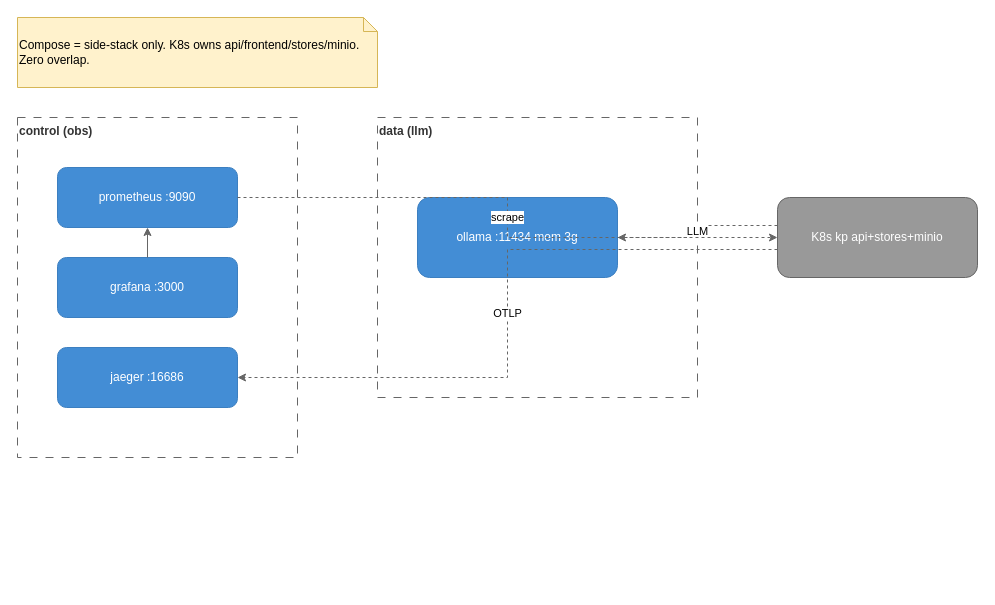
YuesIt17/yuit-docs-ai-architect-platform keeps this draw.io diagram as architecture/diagrams/compose-topology.drawio. Above is the earlier version. Source tidied: cells renumbered, new cells numbered last; positions are measured from the earlier drawing's top-left corner, leaving out a move shared by most shapes. Both pictures are drawn from the tidied source at 100%, with x=0, y=0 at pixel (17, 17).
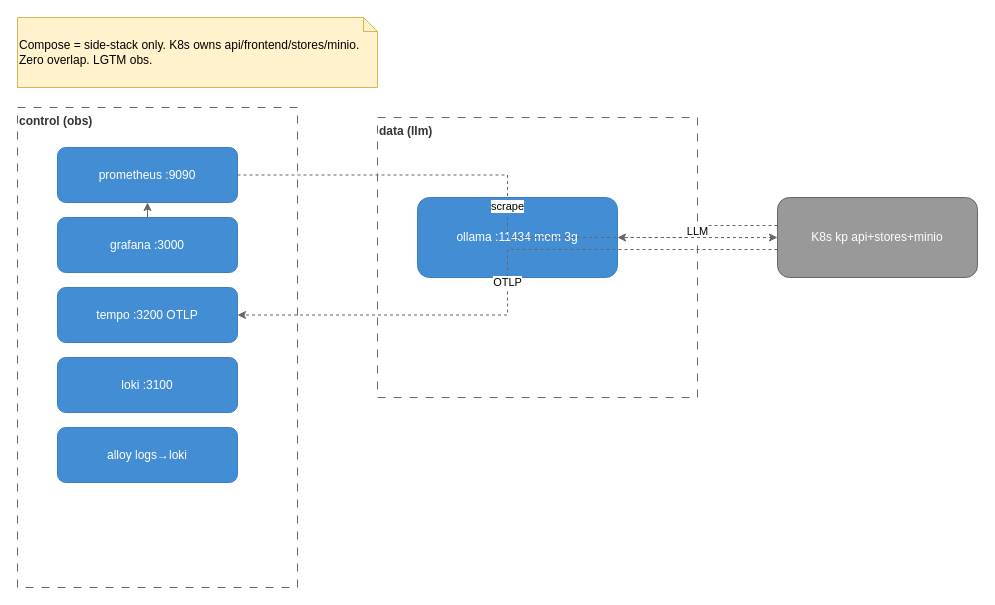
The same diagram, later.

Diff of the diagram source:
```diff
@@
 <mxGraphModel>
   <root>
     <mxCell id="0" />
     <mxCell id="1" parent="0" />
-    <mxCell id="2" value="Compose = side-stack only.&amp;#10;K8s owns api/frontend/stores/minio.&amp;#10;Zero overlap." style="shape=note;whiteSpace=wrap;html=1;backgroundOutline=1;fillColor=#fff2cc;strokeColor=#d6b656;size=14;align=left;" parent="1" vertex="1">
+    <mxCell id="2" value="Compose = side-stack only.&amp;#10;K8s owns api/frontend/stores/minio.&amp;#10;Zero overlap. LGTM obs." style="shape=note;whiteSpace=wrap;html=1;backgroundOutline=1;fillColor=#fff2cc;strokeColor=#d6b656;size=14;align=left;" parent="1" vertex="1">
       <mxGeometry width="360" height="70" as="geometry" />
     </mxCell>
     <mxCell id="3" value="control (obs)" style="rounded=0;whiteSpace=wrap;html=1;dashed=1;dashPattern=8 8;fillColor=none;strokeColor=#666666;align=left;verticalAlign=top;fontStyle=1;fontColor=#333333;" parent="1" vertex="1">
-      <mxGeometry y="100" width="280" height="340" as="geometry" />
+      <mxGeometry y="90" width="280" height="480" as="geometry" />
     </mxCell>
     <mxCell id="4" value="prometheus&amp;#10;:9090" style="rounded=1;whiteSpace=wrap;html=1;fillColor=#438DD5;strokeColor=#3C7FC0;fontColor=#ffffff;align=center;" parent="3" vertex="1">
-      <mxGeometry x="40" y="50" width="180" height="60" as="geometry" />
+      <mxGeometry x="40" y="40" width="180" height="55" as="geometry" />
     </mxCell>
     <mxCell id="5" value="grafana&amp;#10;:3000" style="rounded=1;whiteSpace=wrap;html=1;fillColor=#438DD5;strokeColor=#3C7FC0;fontColor=#ffffff;align=center;" parent="3" vertex="1">
-      <mxGeometry x="40" y="140" width="180" height="60" as="geometry" />
+      <mxGeometry x="40" y="110" width="180" height="55" as="geometry" />
     </mxCell>
-    <mxCell id="6" value="jaeger&amp;#10;:16686" style="rounded=1;whiteSpace=wrap;html=1;fillColor=#438DD5;strokeColor=#3C7FC0;fontColor=#ffffff;align=center;" parent="3" vertex="1">
-      <mxGeometry x="40" y="230" width="180" height="60" as="geometry" />
+    <mxCell id="6" value="tempo&amp;#10;:3200 OTLP" style="rounded=1;whiteSpace=wrap;html=1;fillColor=#438DD5;strokeColor=#3C7FC0;fontColor=#ffffff;align=center;" parent="3" vertex="1">
+      <mxGeometry x="40" y="180" width="180" height="55" as="geometry" />
     </mxCell>
+    <mxCell id="14" value="loki&amp;#10;:3100" style="rounded=1;whiteSpace=wrap;html=1;fillColor=#438DD5;strokeColor=#3C7FC0;fontColor=#ffffff;align=center;" parent="3" vertex="1">
+      <mxGeometry x="40" y="250" width="180" height="55" as="geometry" />
+    </mxCell>
+    <mxCell id="15" value="alloy&amp;#10;logs→loki" style="rounded=1;whiteSpace=wrap;html=1;fillColor=#438DD5;strokeColor=#3C7FC0;fontColor=#ffffff;align=center;" parent="3" vertex="1">
+      <mxGeometry x="40" y="320" width="180" height="55" as="geometry" />
+    </mxCell>
     <mxCell id="7" value="data (llm)" style="rounded=0;whiteSpace=wrap;html=1;dashed=1;dashPattern=8 8;fillColor=none;strokeColor=#666666;align=left;verticalAlign=top;fontStyle=1;fontColor=#333333;" parent="1" vertex="1">
       <mxGeometry x="360" y="100" width="320" height="280" as="geometry" />
     </mxCell>
     <mxCell id="8" value="ollama&amp;#10;:11434 mem 3g" style="rounded=1;whiteSpace=wrap;html=1;fillColor=#438DD5;strokeColor=#3C7FC0;fontColor=#ffffff;align=center;" parent="7" vertex="1">
       <mxGeometry x="40" y="80" width="200" height="80" as="geometry" />
     </mxCell>
     <mxCell id="9" value="K8s kp&amp;#10;api+stores+minio" style="rounded=1;whiteSpace=wrap;html=1;fillColor=#999999;strokeColor=#666666;fontColor=#ffffff;align=center;" parent="1" vertex="1">
       <mxGeometry x="760" y="180" width="200" height="80" as="geometry" />
     </mxCell>
     <mxCell id="10" style="edgeStyle=orthogonalEdgeStyle;rounded=0;html=1;strokeColor=#666666;exitX=0.5;exitY=0;entryX=0.5;entryY=1;" parent="1" edge="1" source="5" target="4">
       <mxGeometry relative="1" as="geometry" />
     </mxCell>
     <mxCell id="11" value="LLM" style="edgeStyle=orthogonalEdgeStyle;rounded=0;html=1;strokeColor=#666666;dashed=1;exitX=0;exitY=0.35;entryX=1;entryY=0.5;" parent="1" edge="1" source="9" target="8">
       <mxGeometry relative="1" as="geometry" />
     </mxCell>
     <mxCell id="12" value="OTLP" style="edgeStyle=orthogonalEdgeStyle;rounded=0;html=1;strokeColor=#666666;dashed=1;exitX=0;exitY=0.65;entryX=1;entryY=0.5;" parent="1" edge="1" source="9" target="6">
       <mxGeometry relative="1" as="geometry" />
     </mxCell>
     <mxCell id="13" value="scrape" style="edgeStyle=orthogonalEdgeStyle;rounded=0;html=1;strokeColor=#666666;dashed=1;exitX=1;exitY=0.5;entryX=0;entryY=0.5;" parent="1" edge="1" source="4" target="9">
       <mxGeometry relative="1" as="geometry" />
     </mxCell>
   </root>
 </mxGraphModel>
```
